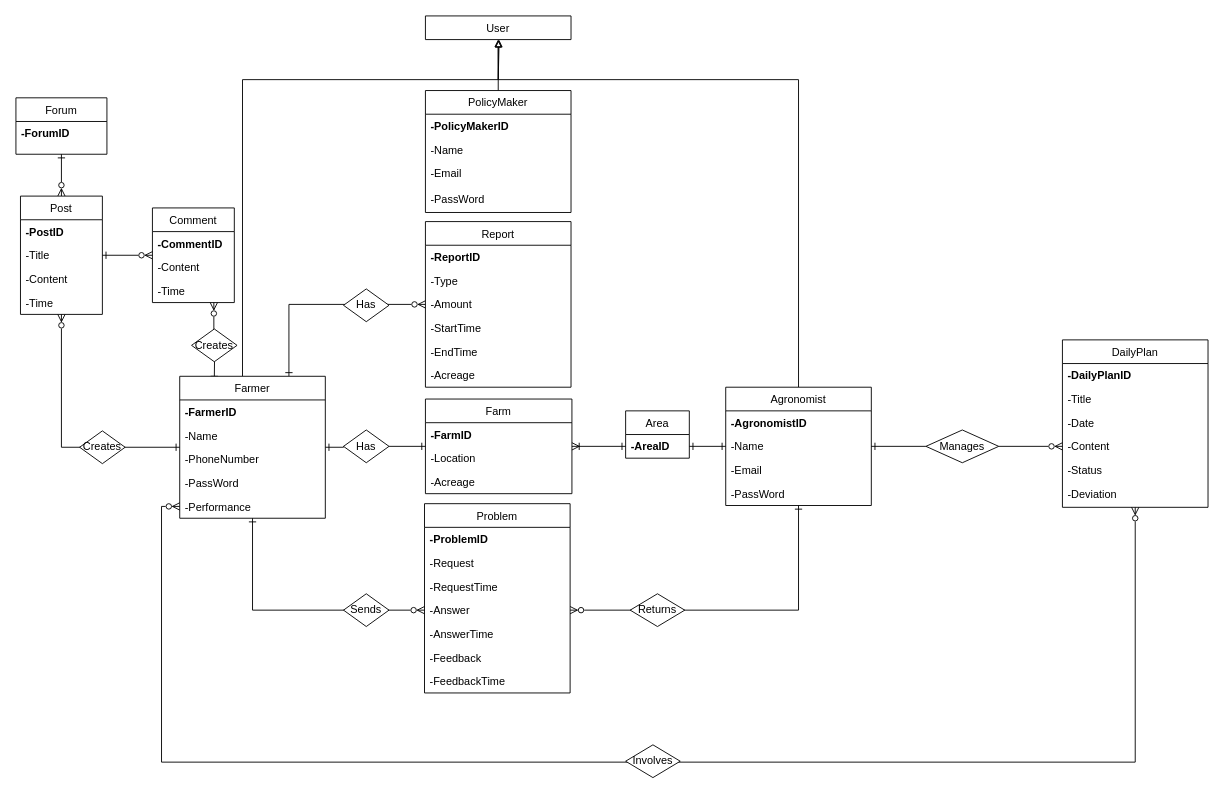
Before: DD/UML/Entity Relationship.drawio in ictar/DREAM-SE2-Project-2022, a draw.io diagram. Source tidied: cells renumbered, new cells numbered last; positions are measured from the earlier drawing's top-left corner, leaving out a move shared by most shapes. Both pictures are drawn from the tidied source at 91%, with x=0, y=0 at pixel (15, 15).
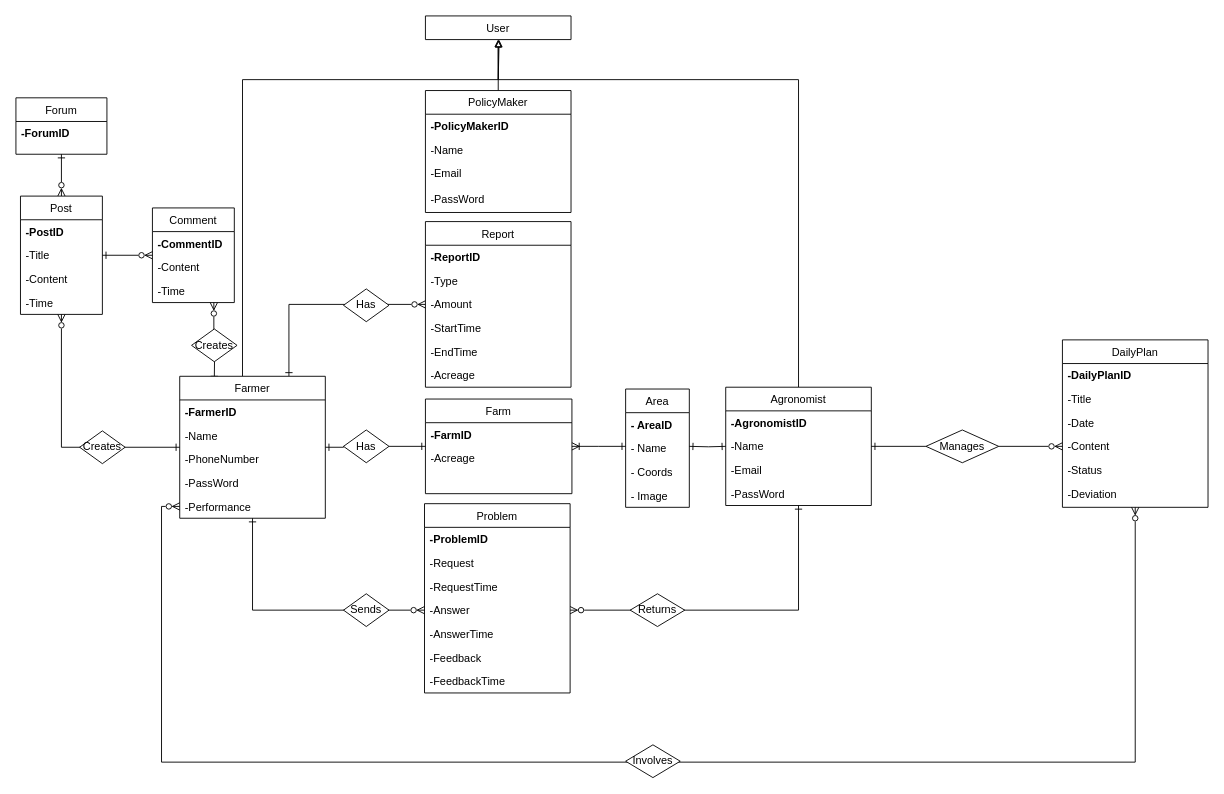
The same page after the edit.

The change refers to these unchanged cells:
```xml
<mxCell id="24" value="Agronomist" style="swimlane;fontStyle=0;align=center;verticalAlign=top;horizontal=1;startSize=26;rounded=0;shadow=0;strokeWidth=1;" parent="1" vertex="1">
  <mxGeometry x="780" y="408" width="160" height="130" as="geometry" />
</mxCell>
<mxCell id="36" value="Farm" style="swimlane;fontStyle=0;align=center;verticalAlign=top;horizontal=1;startSize=26;rounded=0;shadow=0;strokeWidth=1;" parent="1" vertex="1">
  <mxGeometry x="450" y="421" width="161" height="104" as="geometry" />
</mxCell>
```

What changed in the source:
```diff
@@
-    <mxCell id="35" style="edgeStyle=orthogonalEdgeStyle;rounded=0;jettySize=auto;html=1;exitX=1;exitY=0.5;exitDx=0;exitDy=0;entryX=0;entryY=0.5;entryDx=0;entryDy=0;startArrow=ERoneToMany;startFill=0;endArrow=ERone;endFill=0;" parent="1" edge="1" source="36" target="74">
-      <mxGeometry relative="1" as="geometry" />
+    <mxCell id="35" style="edgeStyle=orthogonalEdgeStyle;rounded=0;jettySize=auto;html=1;exitX=1;exitY=0.5;exitDx=0;exitDy=0;entryX=0;entryY=0.5;entryDx=0;entryDy=0;startArrow=ERoneToMany;startFill=0;endArrow=ERone;endFill=0;" parent="1" edge="1" source="36">
+      <mxGeometry relative="1" as="geometry">
+        <mxPoint x="670" y="473" as="targetPoint" />
+      </mxGeometry>
     </mxCell>
@@
-    <mxCell id="38" value="-Location" style="text;align=left;verticalAlign=top;spacingLeft=4;spacingRight=4;overflow=hidden;rounded=0;shadow=0;html=0;" parent="36" vertex="1">
-      <mxGeometry y="52" width="161" height="26" as="geometry" />
-    </mxCell>
     <mxCell id="39" value="-Acreage" style="text;align=left;verticalAlign=top;spacingLeft=4;spacingRight=4;overflow=hidden;" parent="36" vertex="1">
-      <mxGeometry y="78" width="161" height="26" as="geometry" />
+      <mxGeometry y="52" width="161" height="26" as="geometry" />
     </mxCell>
@@
-    <mxCell id="71" style="edgeStyle=orthogonalEdgeStyle;rounded=0;jettySize=auto;html=1;exitX=1;exitY=0.5;exitDx=0;exitDy=0;entryX=0;entryY=0.5;entryDx=0;entryDy=0;startArrow=ERone;startFill=0;endArrow=ERone;endFill=0;" parent="1" edge="1" source="74" target="24">
-      <mxGeometry relative="1" as="geometry" />
+    <mxCell id="71" style="edgeStyle=orthogonalEdgeStyle;rounded=0;jettySize=auto;html=1;exitX=1;exitY=0.5;exitDx=0;exitDy=0;entryX=0;entryY=0.5;entryDx=0;entryDy=0;startArrow=ERone;startFill=0;endArrow=ERone;endFill=0;" parent="1" edge="1" target="24">
+      <mxGeometry relative="1" as="geometry">
+        <mxPoint x="740" y="473" as="sourcePoint" />
+      </mxGeometry>
     </mxCell>
-    <mxCell id="72" value="Area" style="swimlane;fontStyle=0;align=center;verticalAlign=top;horizontal=1;startSize=26;rounded=0;shadow=0;strokeWidth=1;" parent="1" vertex="1">
-      <mxGeometry x="670" y="434" width="70" height="52" as="geometry" />
-    </mxCell>
-    <mxCell id="73" style="edgeStyle=orthogonalEdgeStyle;rounded=0;orthogonalLoop=1;jettySize=auto;html=1;exitX=1;exitY=0.5;exitDx=0;exitDy=0;entryX=1;entryY=0.5;entryDx=0;entryDy=0;endArrow=none;endFill=0;" parent="72" edge="1">
-      <mxGeometry relative="1" as="geometry">
-        <mxPoint x="160" y="143" as="sourcePoint" />
-        <mxPoint x="160" y="143" as="targetPoint" />
-      </mxGeometry>
-    </mxCell>
-    <mxCell id="74" value="-AreaID" style="text;align=left;verticalAlign=top;spacingLeft=4;spacingRight=4;overflow=hidden;points=[[0,0.5],[1,0.5]];portConstraint=eastwest;rounded=0;shadow=0;html=0;fontStyle=1;" parent="72" vertex="1">
-      <mxGeometry y="26" width="70" height="26" as="geometry" />
-    </mxCell>
@@
+    <mxCell id="72" value="Area" style="swimlane;fontStyle=0;align=center;verticalAlign=top;horizontal=1;startSize=26;rounded=0;shadow=0;strokeWidth=1;" parent="1" vertex="1">
+      <mxGeometry x="670" y="410" width="70" height="130" as="geometry" />
+    </mxCell>
+    <mxCell id="85" value="- AreaID" style="text;align=left;verticalAlign=top;spacingLeft=4;spacingRight=4;overflow=hidden;fontStyle=1;" parent="72" vertex="1">
+      <mxGeometry y="26" width="70" height="26" as="geometry" />
+    </mxCell>
+    <mxCell id="86" value="- Name" style="text;align=left;verticalAlign=top;spacingLeft=4;spacingRight=4;overflow=hidden;" parent="72" vertex="1">
+      <mxGeometry y="52" width="70" height="26" as="geometry" />
+    </mxCell>
+    <mxCell id="87" value="- Coords" style="text;align=left;verticalAlign=top;spacingLeft=4;spacingRight=4;overflow=hidden;" parent="72" vertex="1">
+      <mxGeometry y="78" width="70" height="26" as="geometry" />
+    </mxCell>
+    <mxCell id="88" value="- Image" style="text;align=left;verticalAlign=top;spacingLeft=4;spacingRight=4;overflow=hidden;" parent="72" vertex="1">
+      <mxGeometry y="104" width="70" height="26" as="geometry" />
+    </mxCell>
```
